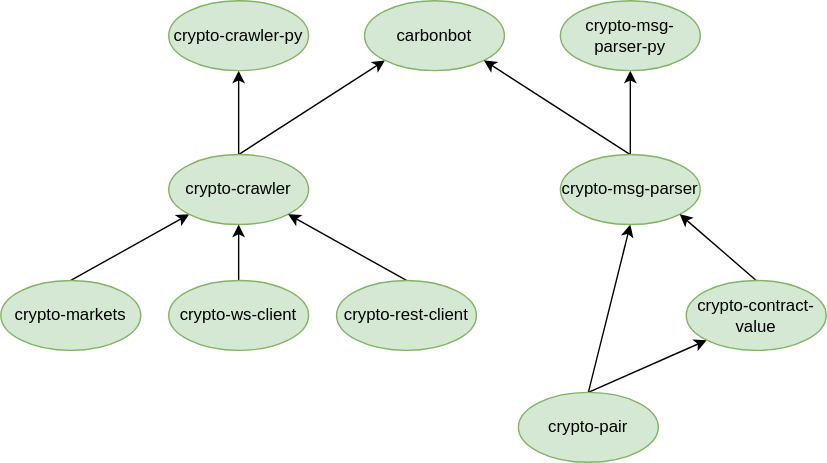
The draw.io diagram dependency-tree.svg in crypto-crawler/crypto-crawler-rs, before a commit. Source tidied: cells renumbered, new cells last; positions are measured from the earlier drawing's top-left corner, leaving out a move shared by most shapes.
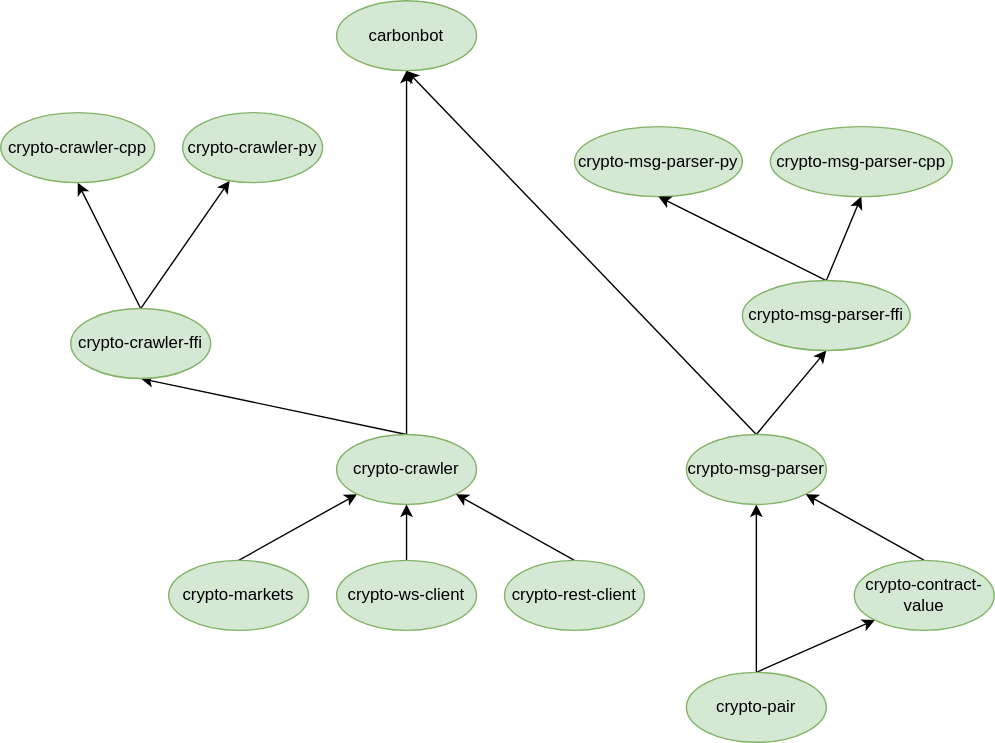
The same file after the commit.

What changed in the source:
```diff
@@ -2,65 +2,89 @@
   <root>
     <mxCell id="0" />
     <mxCell id="1" parent="0" />
-    <mxCell id="2" style="rounded=0;jettySize=auto;html=1;entryX=0.5;entryY=1;entryDx=0;entryDy=0;exitX=0.5;exitY=0;exitDx=0;exitDy=0;" parent="1" edge="1" source="4" target="17">
+    <mxCell id="2" style="rounded=0;jettySize=auto;html=1;entryX=0.5;entryY=1;entryDx=0;entryDy=0;exitX=0.5;exitY=0;exitDx=0;exitDy=0;" parent="1" edge="1" source="4" target="18">
       <mxGeometry relative="1" as="geometry" />
     </mxCell>
-    <mxCell id="3" style="rounded=0;jettySize=auto;html=1;exitX=0.5;exitY=0;exitDx=0;exitDy=0;entryX=0;entryY=1;entryDx=0;entryDy=0;" parent="1" edge="1" source="4" target="19">
+    <mxCell id="3" style="rounded=0;jettySize=auto;html=1;exitX=0.5;exitY=0;exitDx=0;exitDy=0;entryX=0;entryY=1;entryDx=0;entryDy=0;" parent="1" edge="1" source="4" target="20">
       <mxGeometry relative="1" as="geometry" />
     </mxCell>
     <mxCell id="4" value="crypto-pair" style="ellipse;whiteSpace=wrap;html=1;fillColor=#d5e8d4;strokeColor=#82b366;" parent="1" vertex="1">
-      <mxGeometry x="370" y="280" width="100" height="50" as="geometry" />
+      <mxGeometry x="270" y="560" width="100" height="50" as="geometry" />
     </mxCell>
-    <mxCell id="5" style="edgeStyle=none;rounded=0;jettySize=auto;html=1;exitX=0.5;exitY=0;exitDx=0;exitDy=0;entryX=0;entryY=1;entryDx=0;entryDy=0;" parent="1" edge="1" source="6" target="9">
+    <mxCell id="5" style="edgeStyle=none;rounded=0;jettySize=auto;html=1;exitX=0.5;exitY=0;exitDx=0;exitDy=0;entryX=0;entryY=1;entryDx=0;entryDy=0;" parent="1" edge="1" source="6" target="10">
       <mxGeometry relative="1" as="geometry" />
     </mxCell>
     <mxCell id="6" value="crypto-markets" style="ellipse;whiteSpace=wrap;html=1;fillColor=#d5e8d4;strokeColor=#82b366;" parent="1" vertex="1">
-      <mxGeometry y="200" width="100" height="50" as="geometry" />
+      <mxGeometry x="-100" y="480" width="100" height="50" as="geometry" />
     </mxCell>
-    <mxCell id="7" style="rounded=0;jettySize=auto;html=1;exitX=0.5;exitY=0;exitDx=0;exitDy=0;entryX=0;entryY=1;entryDx=0;entryDy=0;" parent="1" edge="1" source="9" target="12">
+    <mxCell id="7" style="rounded=0;jettySize=auto;html=1;exitX=0.5;exitY=0;exitDx=0;exitDy=0;" parent="1" edge="1" source="24" target="21">
       <mxGeometry relative="1" as="geometry" />
     </mxCell>
-    <mxCell id="8" style="edgeStyle=orthogonalEdgeStyle;rounded=0;jettySize=auto;html=1;" parent="1" edge="1" source="9" target="20">
+    <mxCell id="8" style="rounded=0;jettySize=auto;html=1;exitX=0.5;exitY=0;exitDx=0;exitDy=0;entryX=0.5;entryY=1;entryDx=0;entryDy=0;" parent="1" edge="1" source="10" target="24">
       <mxGeometry relative="1" as="geometry" />
     </mxCell>
-    <mxCell id="9" value="crypto-crawler" style="ellipse;whiteSpace=wrap;html=1;fillColor=#d5e8d4;strokeColor=#82b366;" parent="1" vertex="1">
-      <mxGeometry x="120" y="110" width="100" height="50" as="geometry" />
+    <mxCell id="9" style="edgeStyle=none;rounded=0;jettySize=auto;html=1;exitX=0.5;exitY=0;exitDx=0;exitDy=0;entryX=0.5;entryY=1;entryDx=0;entryDy=0;" parent="1" edge="1" source="10" target="13">
+      <mxGeometry relative="1" as="geometry" />
     </mxCell>
-    <mxCell id="10" style="edgeStyle=none;rounded=0;jettySize=auto;html=1;exitX=0.5;exitY=0;exitDx=0;exitDy=0;entryX=0.5;entryY=1;entryDx=0;entryDy=0;" parent="1" edge="1" source="11" target="9">
-      <mxGeometry relative="1" as="geometry" />
+    <mxCell id="10" value="crypto-crawler" style="ellipse;whiteSpace=wrap;html=1;fillColor=#d5e8d4;strokeColor=#82b366;" parent="1" vertex="1">
+      <mxGeometry x="20" y="390" width="100" height="50" as="geometry" />
     </mxCell>
-    <mxCell id="11" value="crypto-ws-client" style="ellipse;whiteSpace=wrap;html=1;fillColor=#d5e8d4;strokeColor=#82b366;" parent="1" vertex="1">
-      <mxGeometry x="120" y="200" width="100" height="50" as="geometry" />
+    <mxCell id="11" style="edgeStyle=none;rounded=0;jettySize=auto;html=1;exitX=0.5;exitY=0;exitDx=0;exitDy=0;entryX=0.5;entryY=1;entryDx=0;entryDy=0;" parent="1" edge="1" source="12" target="10">
+      <mxGeometry relative="1" as="geometry" />
     </mxCell>
-    <mxCell id="12" value="carbonbot" style="ellipse;whiteSpace=wrap;html=1;fillColor=#d5e8d4;strokeColor=#82b366;" parent="1" vertex="1">
-      <mxGeometry x="260" width="100" height="50" as="geometry" />
+    <mxCell id="12" value="crypto-ws-client" style="ellipse;whiteSpace=wrap;html=1;fillColor=#d5e8d4;strokeColor=#82b366;" parent="1" vertex="1">
+      <mxGeometry x="20" y="480" width="100" height="50" as="geometry" />
     </mxCell>
-    <mxCell id="13" style="edgeStyle=none;rounded=0;jettySize=auto;html=1;exitX=0.5;exitY=0;exitDx=0;exitDy=0;entryX=1;entryY=1;entryDx=0;entryDy=0;" parent="1" edge="1" source="14" target="9">
-      <mxGeometry relative="1" as="geometry" />
+    <mxCell id="13" value="carbonbot" style="ellipse;whiteSpace=wrap;html=1;fillColor=#d5e8d4;strokeColor=#82b366;" parent="1" vertex="1">
+      <mxGeometry x="20" y="80" width="100" height="50" as="geometry" />
     </mxCell>
-    <mxCell id="14" value="crypto-rest-client" style="ellipse;whiteSpace=wrap;html=1;fillColor=#d5e8d4;strokeColor=#82b366;" parent="1" vertex="1">
-      <mxGeometry x="240" y="200" width="100" height="50" as="geometry" />
+    <mxCell id="14" style="edgeStyle=none;rounded=0;jettySize=auto;html=1;exitX=0.5;exitY=0;exitDx=0;exitDy=0;entryX=1;entryY=1;entryDx=0;entryDy=0;" parent="1" edge="1" source="15" target="10">
+      <mxGeometry relative="1" as="geometry" />
     </mxCell>
-    <mxCell id="15" style="edgeStyle=none;rounded=0;jettySize=auto;html=1;exitX=0.5;exitY=0;exitDx=0;exitDy=0;entryX=1;entryY=1;entryDx=0;entryDy=0;exitPerimeter=0;" parent="1" edge="1" source="17" target="12">
-      <mxGeometry relative="1" as="geometry" />
+    <mxCell id="15" value="crypto-rest-client" style="ellipse;whiteSpace=wrap;html=1;fillColor=#d5e8d4;strokeColor=#82b366;" parent="1" vertex="1">
+      <mxGeometry x="140" y="480" width="100" height="50" as="geometry" />
     </mxCell>
-    <mxCell id="16" style="rounded=0;jettySize=auto;html=1;" parent="1" edge="1" source="17" target="21">
+    <mxCell id="16" style="edgeStyle=none;rounded=0;jettySize=auto;html=1;exitX=0.5;exitY=0;exitDx=0;exitDy=0;entryX=0.5;entryY=1;entryDx=0;entryDy=0;exitPerimeter=0;" parent="1" edge="1" source="18" target="13">
       <mxGeometry relative="1" as="geometry" />
     </mxCell>
-    <mxCell id="17" value="crypto-msg-parser" style="ellipse;whiteSpace=wrap;html=1;fillColor=#d5e8d4;strokeColor=#82b366;" parent="1" vertex="1">
-      <mxGeometry x="400" y="110" width="100" height="50" as="geometry" />
+    <mxCell id="17" style="edgeStyle=none;rounded=0;jettySize=auto;html=1;exitX=0.5;exitY=0;exitDx=0;exitDy=0;entryX=0.5;entryY=1;entryDx=0;entryDy=0;" parent="1" edge="1" source="18" target="28">
+      <mxGeometry relative="1" as="geometry" />
     </mxCell>
-    <mxCell id="18" style="edgeStyle=none;rounded=0;jettySize=auto;html=1;exitX=0.5;exitY=0;exitDx=0;exitDy=0;entryX=1;entryY=1;entryDx=0;entryDy=0;" parent="1" edge="1" source="19" target="17">
-      <mxGeometry relative="1" as="geometry" />
+    <mxCell id="18" value="crypto-msg-parser" style="ellipse;whiteSpace=wrap;html=1;fillColor=#d5e8d4;strokeColor=#82b366;" parent="1" vertex="1">
+      <mxGeometry x="270" y="390" width="100" height="50" as="geometry" />
     </mxCell>
-    <mxCell id="19" value="crypto-contract-value" style="ellipse;whiteSpace=wrap;html=1;fillColor=#d5e8d4;strokeColor=#82b366;" parent="1" vertex="1">
-      <mxGeometry x="490" y="200" width="100" height="50" as="geometry" />
+    <mxCell id="19" style="edgeStyle=none;rounded=0;jettySize=auto;html=1;exitX=0.5;exitY=0;exitDx=0;exitDy=0;entryX=1;entryY=1;entryDx=0;entryDy=0;" parent="1" edge="1" source="20" target="18">
+      <mxGeometry relative="1" as="geometry" />
     </mxCell>
-    <mxCell id="20" value="crypto-crawler-py" style="ellipse;whiteSpace=wrap;html=1;fillColor=#d5e8d4;strokeColor=#82b366;" parent="1" vertex="1">
-      <mxGeometry x="120" width="100" height="50" as="geometry" />
+    <mxCell id="20" value="crypto-contract-value" style="ellipse;whiteSpace=wrap;html=1;fillColor=#d5e8d4;strokeColor=#82b366;" parent="1" vertex="1">
+      <mxGeometry x="390" y="480" width="100" height="50" as="geometry" />
     </mxCell>
-    <mxCell id="21" value="crypto-msg-parser-py" style="ellipse;whiteSpace=wrap;html=1;fillColor=#d5e8d4;strokeColor=#82b366;" parent="1" vertex="1">
-      <mxGeometry x="400" width="100" height="50" as="geometry" />
+    <mxCell id="21" value="crypto-crawler-py" style="ellipse;whiteSpace=wrap;html=1;fillColor=#d5e8d4;strokeColor=#82b366;" parent="1" vertex="1">
+      <mxGeometry x="-90" y="160" width="100" height="50" as="geometry" />
     </mxCell>
+    <mxCell id="22" value="crypto-msg-parser-py" style="ellipse;whiteSpace=wrap;html=1;fillColor=#d5e8d4;strokeColor=#82b366;" parent="1" vertex="1">
+      <mxGeometry x="190" y="170" width="120" height="50" as="geometry" />
+    </mxCell>
+    <mxCell id="23" style="edgeStyle=none;rounded=0;jettySize=auto;html=1;exitX=0.5;exitY=0;exitDx=0;exitDy=0;entryX=0.5;entryY=1;entryDx=0;entryDy=0;" parent="1" edge="1" source="24" target="25">
+      <mxGeometry relative="1" as="geometry" />
+    </mxCell>
+    <mxCell id="24" value="crypto-crawler-ffi" style="ellipse;whiteSpace=wrap;html=1;fillColor=#d5e8d4;strokeColor=#82b366;" parent="1" vertex="1">
+      <mxGeometry x="-170" y="300" width="100" height="50" as="geometry" />
+    </mxCell>
+    <mxCell id="25" value="crypto-crawler-cpp" style="ellipse;whiteSpace=wrap;html=1;fillColor=#d5e8d4;strokeColor=#82b366;" parent="1" vertex="1">
+      <mxGeometry x="-220" y="160" width="110" height="50" as="geometry" />
+    </mxCell>
+    <mxCell id="26" style="edgeStyle=none;rounded=0;jettySize=auto;html=1;exitX=0.5;exitY=0;exitDx=0;exitDy=0;entryX=0.5;entryY=1;entryDx=0;entryDy=0;" parent="1" edge="1" source="28" target="29">
+      <mxGeometry relative="1" as="geometry" />
+    </mxCell>
+    <mxCell id="27" style="edgeStyle=none;rounded=0;jettySize=auto;html=1;exitX=0.5;exitY=0;exitDx=0;exitDy=0;entryX=0.5;entryY=1;entryDx=0;entryDy=0;" parent="1" edge="1" source="28" target="22">
+      <mxGeometry relative="1" as="geometry" />
+    </mxCell>
+    <mxCell id="28" value="crypto-msg-parser-ffi" style="ellipse;whiteSpace=wrap;html=1;fillColor=#d5e8d4;strokeColor=#82b366;" parent="1" vertex="1">
+      <mxGeometry x="310" y="280" width="120" height="50" as="geometry" />
+    </mxCell>
+    <mxCell id="29" value="crypto-msg-parser-cpp" style="ellipse;whiteSpace=wrap;html=1;fillColor=#d5e8d4;strokeColor=#82b366;" parent="1" vertex="1">
+      <mxGeometry x="330" y="170" width="130" height="50" as="geometry" />
+    </mxCell>
   </root>
 </mxGraphModel>
```
